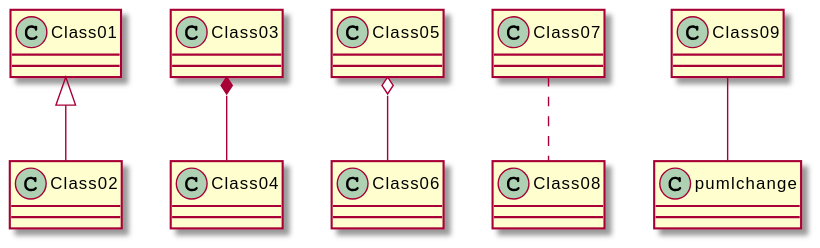
Above: meilenstein_03/test.svg in weichware10/meilensteine (PlantUML), before the change.
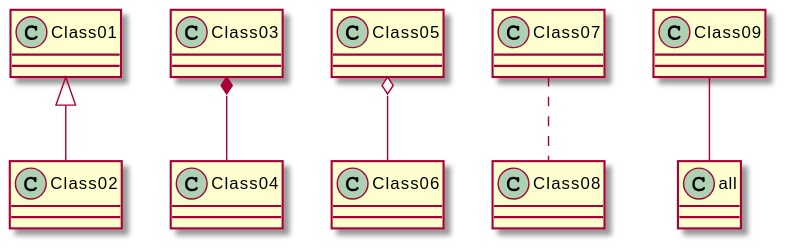
The same diagram one commit later.

Commit message:
Render PlantUML SVGs

The edit, as a diff of the source:
```diff
@@ -3,5 +3,5 @@
 Class03 *-- Class04
 Class05 o-- Class06
 Class07 .. Class08
-Class09 -- pumlchange
+Class09 -- all
 @enduml
```
